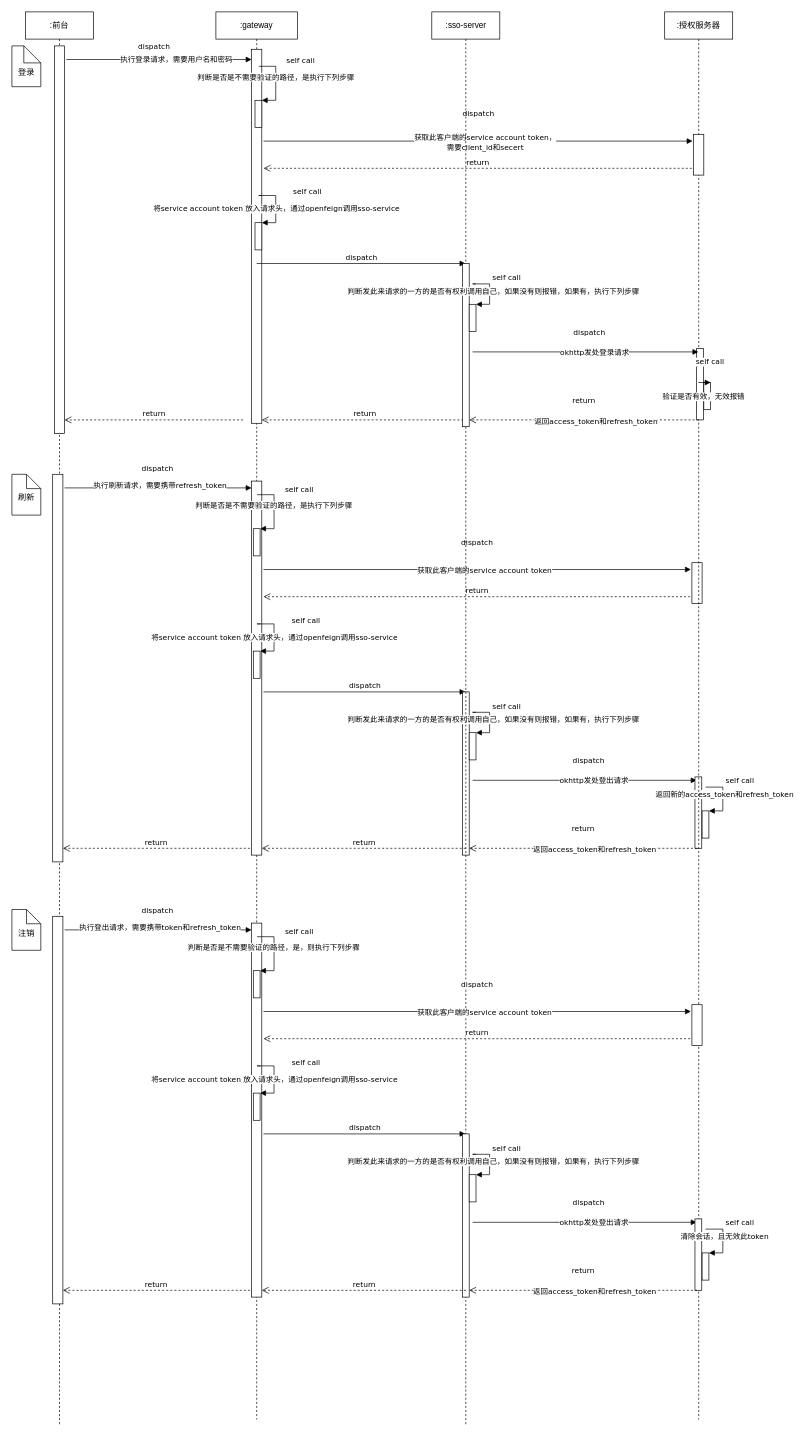
Above: auth-micro/1. 登录、登出和刷新接口.drawio in wanlinMa-163/uml (draw.io), before the change. Source tidied: cells renumbered, new cells numbered last; positions are measured from the earlier drawing's top-left corner, leaving out a move shared by most shapes. Both pictures are drawn from the tidied source at 68%, with x=0, y=0 at pixel (12, 12).
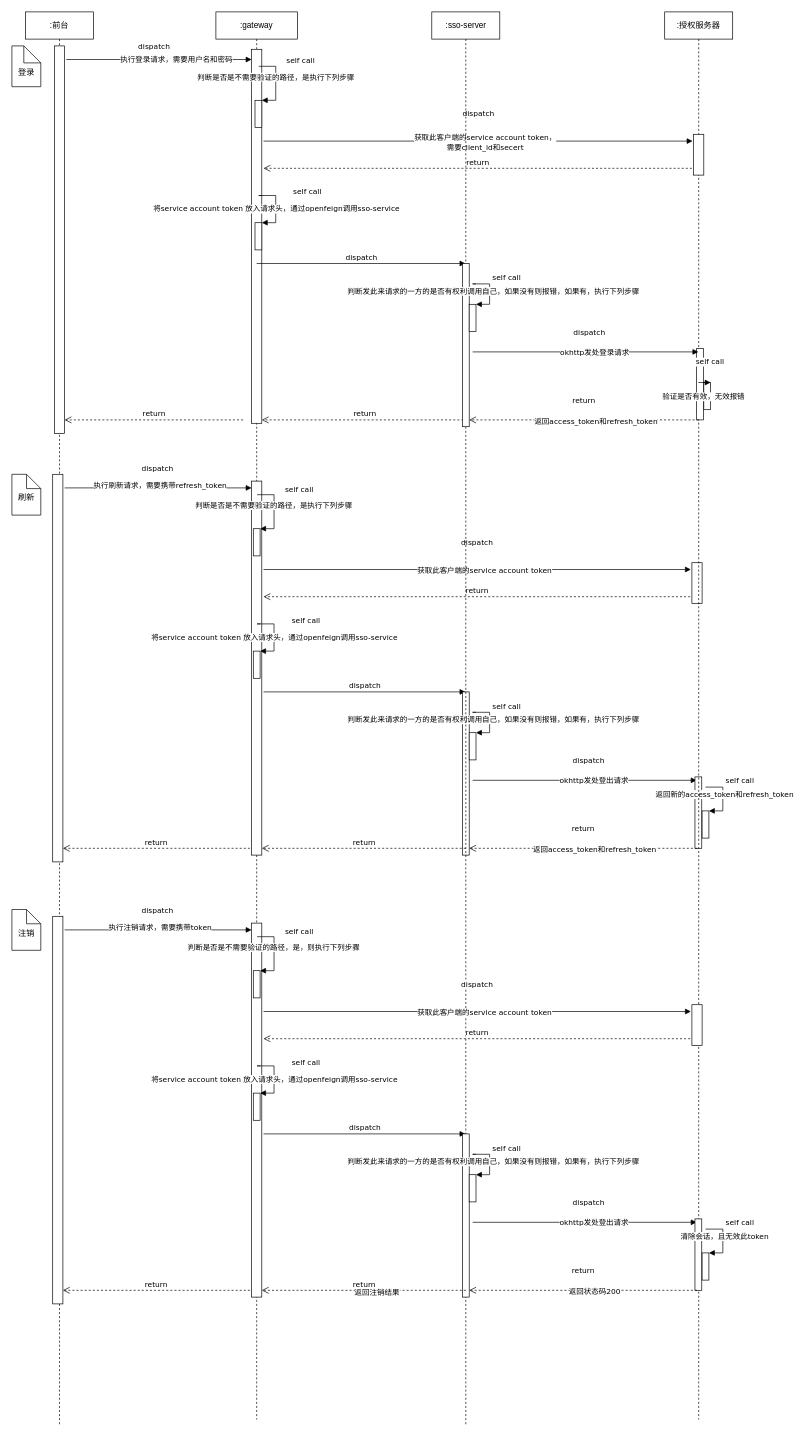
Above is the later version.

Commit message:
Update 1. 登录、登出和刷新接口.drawio

Unchanged cells that the change refers to:
```xml
<mxCell id="64" value="dispatch" style="html=1;verticalAlign=bottom;endArrow=block;fontFamily=Verdana;" parent="1" edge="1" target="67">
  <mxGeometry x="-0.01" y="20" relative="1" as="geometry">
    <mxPoint x="77.5" y="1350" as="sourcePoint" />
  </mxGeometry>
</mxCell>
<mxCell id="89" value="return" style="html=1;verticalAlign=bottom;endArrow=open;dashed=1;endSize=8;fontFamily=Verdana;" parent="1" edge="1" target="77">
  <mxGeometry y="-20" relative="1" as="geometry">
    <mxPoint x="1007.5" y="1880" as="sourcePoint" />
  </mxGeometry>
</mxCell>
<mxCell id="91" value="return" style="html=1;verticalAlign=bottom;endArrow=open;dashed=1;endSize=8;fontFamily=Verdana;" parent="1" edge="1" target="67">
  <mxGeometry relative="1" as="geometry">
    <mxPoint x="667.5" y="1880" as="sourcePoint" />
  </mxGeometry>
</mxCell>
```

What changed in the source:
```diff
@@
-    <mxCell id="65" value="执行登出请求，需要携带token和refresh_token" style="edgeLabel;html=1;align=center;verticalAlign=middle;fontFamily=Verdana;" parent="64" vertex="1">
+    <mxCell id="65" value="执行注销请求，需要携带token" style="edgeLabel;html=1;align=center;verticalAlign=middle;fontFamily=Verdana;" parent="64" vertex="1">
       <mxGeometry x="0.18" y="1" relative="1" as="geometry">
         <mxPoint x="-22.5" y="-4" as="offset" />
       </mxGeometry>
     </mxCell>
@@
-    <mxCell id="90" value="返回access_token和refresh_token" style="edgeLabel;html=1;align=center;verticalAlign=middle;fontFamily=Verdana;" parent="89" vertex="1">
+    <mxCell id="90" value="返回状态码200" style="edgeLabel;html=1;align=center;verticalAlign=middle;fontFamily=Verdana;" parent="89" vertex="1">
       <mxGeometry x="-0.1" y="1" relative="1" as="geometry" />
     </mxCell>
@@
+    <mxCell id="96" value="返回注销结果" style="edgeLabel;html=1;align=center;verticalAlign=middle;" parent="91" vertex="1">
+      <mxGeometry x="-0.12" y="2" relative="1" as="geometry">
+        <mxPoint x="1" as="offset" />
+      </mxGeometry>
+    </mxCell>
```
